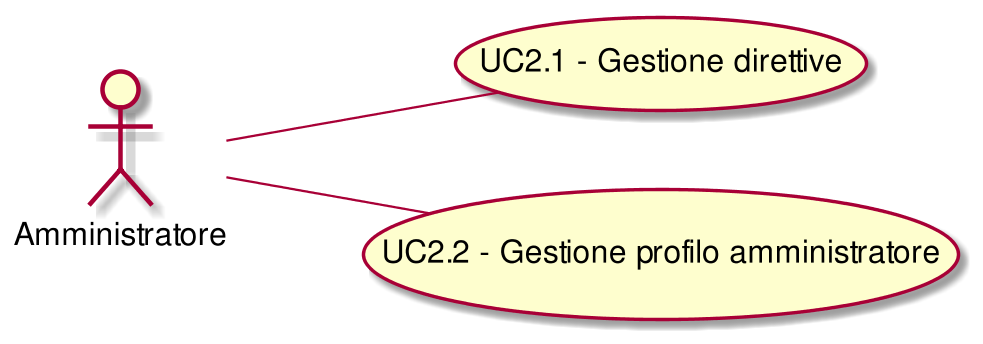
Before: RP/Esterni/AnalisiDeiRequisiti/images/UseCaseUC2.png, a diagram exported from PlantUML (CoCodeSWE/Docs). Its diagram source:
```plantuml
@startuml
scale 1000*1000
left to right direction
( UC2.1 - Gestione direttive ) as (UC2.1)
:Amministratore:--(UC2.1)
( UC2.2 - Gestione profilo amministratore ) as (UC2.2)
:Amministratore:--(UC2.2)
@enduml
```
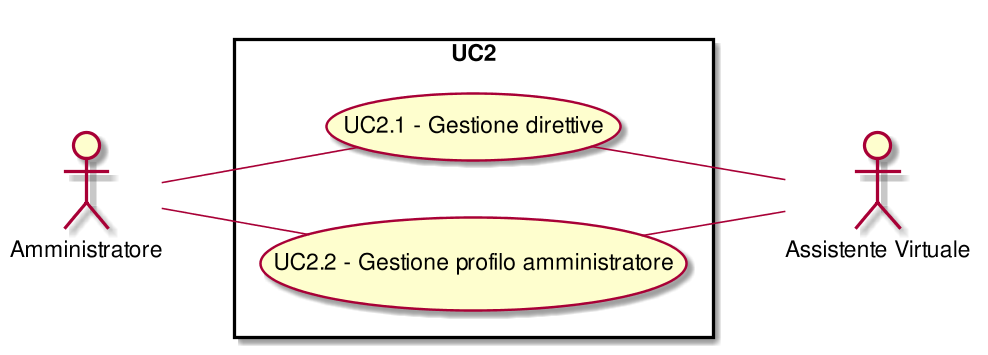
The same diagram one commit later.

What changed in the source:
```diff
@@ -1,8 +1,17 @@
 @startuml
 scale 1000*1000
 left to right direction
+skinparam packageStyle rect
+:Amministratore:
+:Assistente Virtuale:
+rectangle UC2{
 ( UC2.1 - Gestione direttive ) as (UC2.1)
 :Amministratore:--(UC2.1)
+( UC2.1 - Gestione direttive ) as (UC2.1)
+(UC2.1)--:Assistente Virtuale:
 ( UC2.2 - Gestione profilo amministratore ) as (UC2.2)
 :Amministratore:--(UC2.2)
+( UC2.2 - Gestione profilo amministratore ) as (UC2.2)
+(UC2.2)--:Assistente Virtuale:
+}
 @enduml
```
